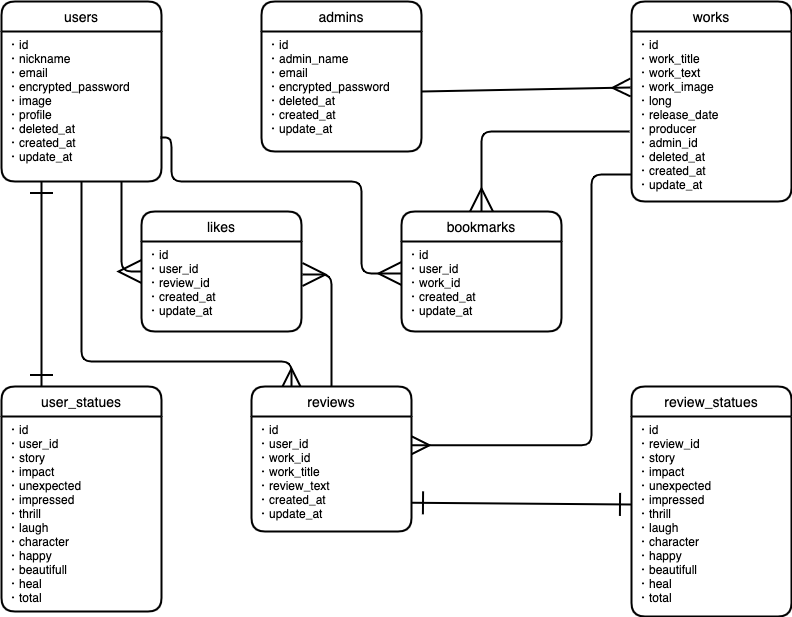
Above: ER.dio.png in hatanotakahiro/sympasee (draw.io), before the change. Source tidied: cells renumbered, new cells last; positions are measured from the earlier drawing's top-left corner, leaving out a move shared by most shapes.
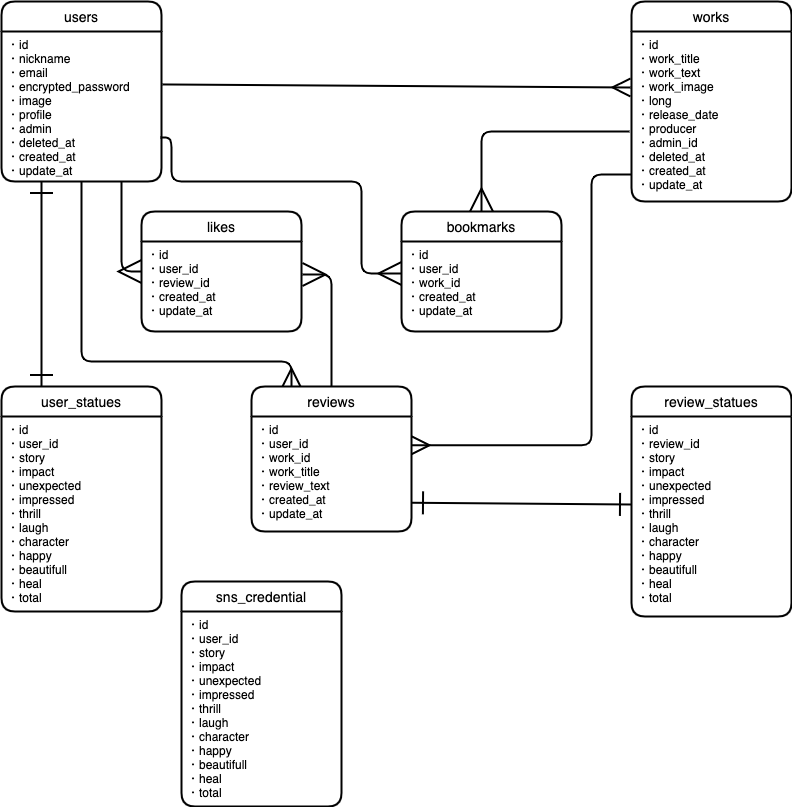
The same file after the commit.

Diff of the diagram source:
```diff
@@ -5,7 +5,7 @@
     <mxCell id="2" value="users" style="swimlane;horizontal=1;startSize=30;rounded=1;fontSize=14;fontStyle=0;strokeWidth=2;shadow=0;dashed=0;align=center;" parent="1" vertex="1">
       <mxGeometry width="160" height="180" as="geometry" />
     </mxCell>
-    <mxCell id="3" value="・id&#10;・nickname&#10;・email&#10;・encrypted_password&#10;・image&#10;・profile&#10;・deleted_at&#10;・created_at&#10;・update_at" style="align=left;strokeColor=none;fillColor=none;spacingLeft=4;fontSize=12;verticalAlign=top;" parent="2" vertex="1">
+    <mxCell id="3" value="・id&#10;・nickname&#10;・email&#10;・encrypted_password&#10;・image&#10;・profile&#10;・admin&#10;・deleted_at&#10;・created_at&#10;・update_at" style="align=left;strokeColor=none;fillColor=none;spacingLeft=4;fontSize=12;verticalAlign=top;" parent="2" vertex="1">
       <mxGeometry y="30" width="160" height="150" as="geometry" />
     </mxCell>
     <mxCell id="4" style="edgeStyle=orthogonalEdgeStyle;rounded=0;orthogonalLoop=1;jettySize=auto;html=1;exitX=0.5;exitY=1;exitDx=0;exitDy=0;" parent="2" edge="1" source="3" target="3">
@@ -26,7 +26,7 @@
     <mxCell id="9" value="・id&#10;・user_id&#10;・work_id&#10;・work_title&#10;・review_text&#10;・created_at&#10;・update_at&#10;" style="align=left;strokeColor=none;fillColor=none;spacingLeft=4;fontSize=12;verticalAlign=top;" parent="8" vertex="1">
       <mxGeometry y="30" width="160" height="115" as="geometry" />
     </mxCell>
-    <mxCell id="10" style="fontSize=12;html=1;endArrow=ERmany;jumpSize=6;strokeWidth=2;endSize=15;exitX=1;exitY=0.5;exitDx=0;exitDy=0;" parent="1" edge="1" source="17">
+    <mxCell id="10" style="fontSize=12;html=1;endArrow=ERmany;jumpSize=6;strokeWidth=2;endSize=15;exitX=1.006;exitY=0.353;exitDx=0;exitDy=0;exitPerimeter=0;" parent="1" edge="1" source="3">
       <mxGeometry relative="1" as="geometry">
         <mxPoint x="629" y="86" as="targetPoint" />
       </mxGeometry>
@@ -51,12 +51,6 @@
     <mxCell id="15" style="fontSize=12;html=1;endArrow=ERone;endFill=1;strokeWidth=2;exitX=0.25;exitY=0;exitDx=0;exitDy=0;entryX=0.25;entryY=1;entryDx=0;entryDy=0;endSize=20;startArrow=ERone;startFill=0;targetPerimeterSpacing=0;startSize=20;" parent="1" edge="1" source="13" target="3">
       <mxGeometry relative="1" as="geometry" />
     </mxCell>
-    <mxCell id="16" value="admins" style="swimlane;horizontal=1;startSize=30;rounded=1;fontSize=14;fontStyle=0;strokeWidth=2;shadow=0;dashed=0;align=center;" parent="1" vertex="1">
-      <mxGeometry x="260" width="160" height="150" as="geometry" />
-    </mxCell>
-    <mxCell id="17" value="・id&#10;・admin_name&#10;・email&#10;・encrypted_password&#10;・deleted_at&#10;・created_at&#10;・update_at" style="align=left;strokeColor=none;fillColor=none;spacingLeft=4;fontSize=12;verticalAlign=top;" parent="16" vertex="1">
-      <mxGeometry y="30" width="160" height="120" as="geometry" />
-    </mxCell>
     <mxCell id="18" value="review_statues" style="swimlane;horizontal=1;startSize=30;rounded=1;fontSize=14;fontStyle=0;strokeWidth=2;shadow=0;dashed=0;align=center;" parent="1" vertex="1">
       <mxGeometry x="630" y="385" width="160" height="230" as="geometry" />
     </mxCell>
@@ -103,5 +97,11 @@
     <mxCell id="28" style="fontSize=12;html=1;endArrow=ERmany;endFill=0;strokeWidth=2;exitX=-0.012;exitY=0.588;exitDx=0;exitDy=0;endSize=20;startArrow=none;startFill=0;targetPerimeterSpacing=0;startSize=20;entryX=0.5;entryY=0;entryDx=0;entryDy=0;edgeStyle=orthogonalEdgeStyle;exitPerimeter=0;" parent="1" edge="1" source="7" target="25">
       <mxGeometry relative="1" as="geometry" />
     </mxCell>
+    <mxCell id="29" value="sns_credential " style="swimlane;horizontal=1;startSize=30;rounded=1;fontSize=14;fontStyle=0;strokeWidth=2;shadow=0;dashed=0;align=center;" parent="1" vertex="1">
+      <mxGeometry x="180" y="580" width="160" height="225" as="geometry" />
+    </mxCell>
+    <mxCell id="30" value="・id&#10;・user_id&#10;・story&#10;・impact&#10;・unexpected&#10;・impressed&#10;・thrill&#10;・laugh&#10;・character&#10;・happy&#10;・beautifull&#10;・heal&#10;・total&#10;&#10;&#10;&#10;" style="align=left;strokeColor=none;fillColor=none;spacingLeft=4;fontSize=12;verticalAlign=top;" parent="29" vertex="1">
+      <mxGeometry y="30" width="160" height="195" as="geometry" />
+    </mxCell>
   </root>
 </mxGraphModel>
```
